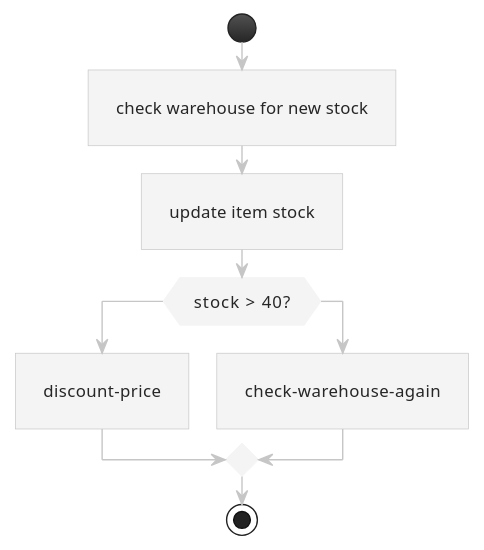
Above: example/check-warehouse.svg in sterlp/pmw (PlantUML), before the change.
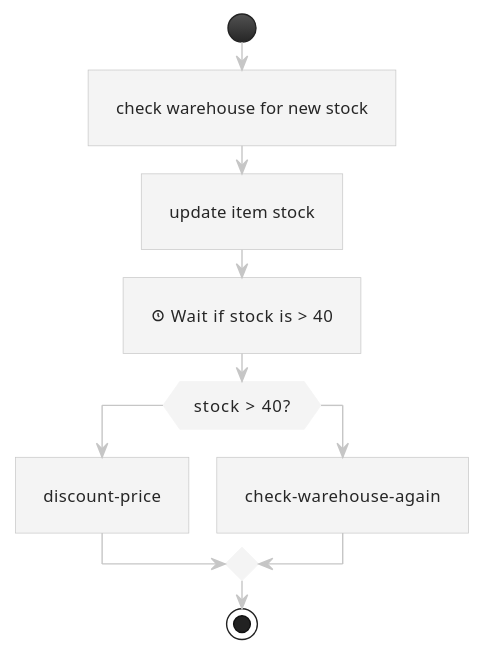
After the commit.

Diff of the diagram source:
```diff
@@ -3,6 +3,7 @@
 start
 :check warehouse for new stock;
 :update item stock;
+:<&clock> Wait if stock is > 40;
 switch (stock > 40?)
 case ()
 :discount-price;
```
